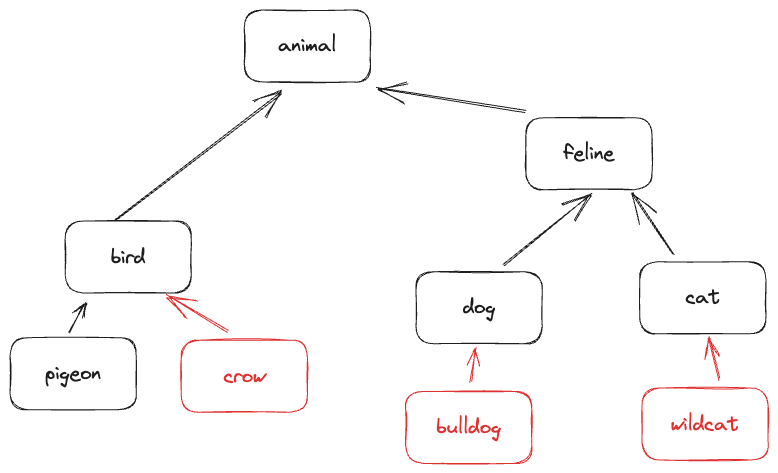
Before: examples/lection04_05/13_Final/13_diagram.excalidraw.png, a diagram exported from Excalidraw (DVDemon/mai_oop_examples_public). Source tidied: one line per element, renumbered; positions are measured from the earlier drawing's top-left corner, leaving out a move shared by most shapes.
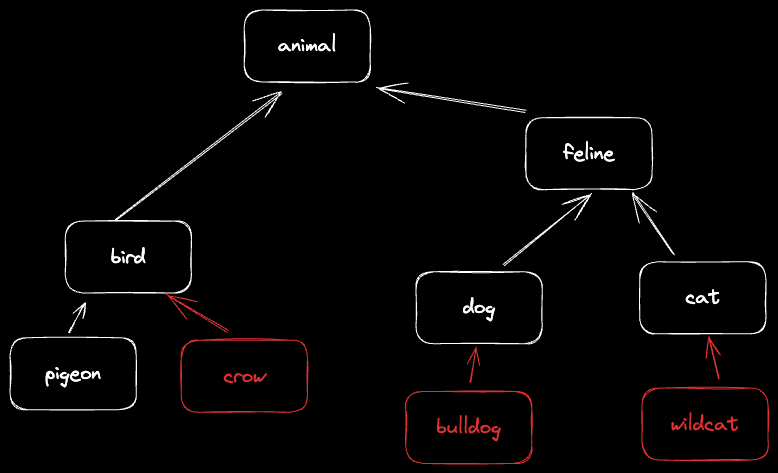
Above is the later version.

Diff of the diagram source:
```diff
@@ -1,26 +1,26 @@
-{"id": 0, "type": "rectangle", "strokeColor": "#1e1e1e", "strokeWidth": 1, "roughness": 1, "round": true, "x": 234, "y": 0, "width": 126, "height": 72}
+{"id": 0, "type": "rectangle", "strokeColor": "#ffffff", "strokeWidth": 1, "roughness": 1, "round": true, "x": 234, "y": 0, "width": 126, "height": 72}
-{"id": 1, "type": "text", "text": "animal", "strokeColor": "#1e1e1e", "strokeWidth": 1, "roughness": 1, "fontSize": 20, "fontFamily": 1, "textAlign": "center", "verticalAlign": "middle", "inside": 0, "x": 268, "y": 23, "width": 58, "height": 25}
+{"id": 1, "type": "text", "text": "animal", "strokeColor": "#ffffff", "strokeWidth": 1, "roughness": 1, "fontSize": 20, "fontFamily": 1, "textAlign": "center", "verticalAlign": "middle", "inside": 0, "x": 268, "y": 23, "width": 58, "height": 25}
-{"id": 2, "type": "rectangle", "strokeColor": "#1e1e1e", "strokeWidth": 1, "roughness": 1, "round": true, "x": 55, "y": 211, "width": 126, "height": 72}
+{"id": 2, "type": "rectangle", "strokeColor": "#ffffff", "strokeWidth": 1, "roughness": 1, "round": true, "x": 55, "y": 211, "width": 126, "height": 72}
-{"id": 3, "type": "text", "text": "bird", "strokeColor": "#1e1e1e", "strokeWidth": 1, "roughness": 1, "fontSize": 20, "fontFamily": 1, "textAlign": "center", "verticalAlign": "middle", "inside": 2, "x": 101, "y": 235, "width": 35, "height": 25}
+{"id": 3, "type": "text", "text": "bird", "strokeColor": "#ffffff", "strokeWidth": 1, "roughness": 1, "fontSize": 20, "fontFamily": 1, "textAlign": "center", "verticalAlign": "middle", "inside": 2, "x": 101, "y": 235, "width": 35, "height": 25}
 {"id": 4, "type": "rectangle", "strokeColor": "#e03131", "strokeWidth": 1, "roughness": 1, "round": true, "x": 396, "y": 381, "width": 126, "height": 72}
 {"id": 5, "type": "text", "text": "bulldog", "strokeColor": "#e03131", "strokeWidth": 1, "roughness": 1, "fontSize": 20, "fontFamily": 1, "textAlign": "center", "verticalAlign": "middle", "inside": 4, "x": 426, "y": 405, "width": 65, "height": 25}
-{"id": 6, "type": "rectangle", "strokeColor": "#1e1e1e", "strokeWidth": 1, "roughness": 1, "round": true, "x": 630, "y": 252, "width": 126, "height": 72}
+{"id": 6, "type": "rectangle", "strokeColor": "#ffffff", "strokeWidth": 1, "roughness": 1, "round": true, "x": 630, "y": 252, "width": 126, "height": 72}
-{"id": 7, "type": "text", "text": "cat", "strokeColor": "#1e1e1e", "strokeWidth": 1, "roughness": 1, "fontSize": 20, "fontFamily": 1, "textAlign": "center", "verticalAlign": "middle", "inside": 6, "x": 676, "y": 275, "width": 35, "height": 25}
+{"id": 7, "type": "text", "text": "cat", "strokeColor": "#ffffff", "strokeWidth": 1, "roughness": 1, "fontSize": 20, "fontFamily": 1, "textAlign": "center", "verticalAlign": "middle", "inside": 6, "x": 676, "y": 275, "width": 35, "height": 25}
 {"id": 8, "type": "rectangle", "strokeColor": "#e03131", "strokeWidth": 1, "roughness": 1, "round": true, "x": 171, "y": 330, "width": 126, "height": 72}
 {"id": 9, "type": "text", "text": "crow", "strokeColor": "#e03131", "strokeWidth": 1, "roughness": 1, "fontSize": 20, "fontFamily": 1, "textAlign": "center", "verticalAlign": "middle", "inside": 8, "x": 213, "y": 354, "width": 42, "height": 25}
-{"id": 10, "type": "rectangle", "strokeColor": "#1e1e1e", "strokeWidth": 1, "roughness": 1, "round": true, "x": 406, "y": 262, "width": 126, "height": 72}
+{"id": 10, "type": "rectangle", "strokeColor": "#ffffff", "strokeWidth": 1, "roughness": 1, "round": true, "x": 406, "y": 262, "width": 126, "height": 72}
-{"id": 11, "type": "text", "text": "dog", "strokeColor": "#1e1e1e", "strokeWidth": 1, "roughness": 1, "fontSize": 20, "fontFamily": 1, "textAlign": "center", "verticalAlign": "middle", "inside": 10, "x": 453, "y": 285, "width": 32, "height": 25}
+{"id": 11, "type": "text", "text": "dog", "strokeColor": "#ffffff", "strokeWidth": 1, "roughness": 1, "fontSize": 20, "fontFamily": 1, "textAlign": "center", "verticalAlign": "middle", "inside": 10, "x": 453, "y": 285, "width": 32, "height": 25}
-{"id": 12, "type": "rectangle", "strokeColor": "#1e1e1e", "strokeWidth": 1, "roughness": 1, "round": true, "x": 516, "y": 108, "width": 126, "height": 72}
+{"id": 12, "type": "rectangle", "strokeColor": "#ffffff", "strokeWidth": 1, "roughness": 1, "round": true, "x": 516, "y": 108, "width": 126, "height": 72}
-{"id": 13, "type": "text", "text": "feline", "strokeColor": "#1e1e1e", "strokeWidth": 1, "roughness": 1, "fontSize": 20, "fontFamily": 1, "textAlign": "center", "verticalAlign": "middle", "inside": 12, "x": 554, "y": 131, "width": 51, "height": 25}
+{"id": 13, "type": "text", "text": "feline", "strokeColor": "#ffffff", "strokeWidth": 1, "roughness": 1, "fontSize": 20, "fontFamily": 1, "textAlign": "center", "verticalAlign": "middle", "inside": 12, "x": 554, "y": 131, "width": 51, "height": 25}
-{"id": 14, "type": "rectangle", "strokeColor": "#1e1e1e", "strokeWidth": 1, "roughness": 1, "round": true, "x": 0, "y": 328, "width": 126, "height": 72}
+{"id": 14, "type": "rectangle", "strokeColor": "#ffffff", "strokeWidth": 1, "roughness": 1, "round": true, "x": 0, "y": 328, "width": 126, "height": 72}
-{"id": 15, "type": "text", "text": "pigeon", "strokeColor": "#1e1e1e", "strokeWidth": 1, "roughness": 1, "fontSize": 20, "fontFamily": 1, "textAlign": "center", "verticalAlign": "middle", "inside": 14, "x": 35, "y": 351, "width": 56, "height": 25}
+{"id": 15, "type": "text", "text": "pigeon", "strokeColor": "#ffffff", "strokeWidth": 1, "roughness": 1, "fontSize": 20, "fontFamily": 1, "textAlign": "center", "verticalAlign": "middle", "inside": 14, "x": 35, "y": 351, "width": 56, "height": 25}
 {"id": 16, "type": "rectangle", "strokeColor": "#e03131", "strokeWidth": 1, "roughness": 1, "round": true, "x": 632, "y": 378, "width": 126, "height": 72}
 {"id": 17, "type": "text", "text": "wildcat", "strokeColor": "#e03131", "strokeWidth": 1, "roughness": 1, "fontSize": 20, "fontFamily": 1, "textAlign": "center", "verticalAlign": "middle", "inside": 16, "x": 661, "y": 402, "width": 68, "height": 25}
-{"id": 18, "type": "arrow", "strokeColor": "#1e1e1e", "strokeWidth": 1, "roughness": 1, "endArrowhead": "arrow", "round": true, "from": 2, "to": 0, "x": 105, "y": 209, "width": 166, "height": 126, "points": [[0, 0], [166, -126]]}
+{"id": 18, "type": "arrow", "strokeColor": "#ffffff", "strokeWidth": 1, "roughness": 1, "endArrowhead": "arrow", "round": true, "from": 2, "to": 0, "x": 105, "y": 209, "width": 166, "height": 126, "points": [[0, 0], [166, -126]]}
 {"id": 19, "type": "arrow", "strokeColor": "#e03131", "strokeWidth": 1, "roughness": 1, "endArrowhead": "arrow", "round": true, "from": 4, "to": 10, "x": 460, "y": 373, "width": 6, "height": 35, "points": [[0, 0], [6, -35]]}
-{"id": 20, "type": "arrow", "strokeColor": "#1e1e1e", "strokeWidth": 1, "roughness": 1, "endArrowhead": "arrow", "round": true, "from": 6, "to": 12, "x": 664, "y": 245, "width": 42, "height": 62, "points": [[0, 0], [-42, -62]]}
+{"id": 20, "type": "arrow", "strokeColor": "#ffffff", "strokeWidth": 1, "roughness": 1, "endArrowhead": "arrow", "round": true, "from": 6, "to": 12, "x": 664, "y": 245, "width": 42, "height": 62, "points": [[0, 0], [-42, -62]]}
-{"id": 21, "type": "arrow", "strokeColor": "#1e1e1e", "strokeWidth": 1, "roughness": 1, "endArrowhead": "arrow", "round": true, "from": 10, "to": 12, "x": 494, "y": 256, "width": 88, "height": 73, "points": [[0, 0], [88, -73]]}
+{"id": 21, "type": "arrow", "strokeColor": "#ffffff", "strokeWidth": 1, "roughness": 1, "endArrowhead": "arrow", "round": true, "from": 10, "to": 12, "x": 494, "y": 256, "width": 88, "height": 73, "points": [[0, 0], [88, -73]]}
-{"id": 22, "type": "arrow", "strokeColor": "#1e1e1e", "strokeWidth": 1, "roughness": 1, "endArrowhead": "arrow", "round": true, "from": 12, "to": 0, "x": 515, "y": 101, "width": 148, "height": 23, "points": [[0, 0], [-148, -23]]}
+{"id": 22, "type": "arrow", "strokeColor": "#ffffff", "strokeWidth": 1, "roughness": 1, "endArrowhead": "arrow", "round": true, "from": 12, "to": 0, "x": 515, "y": 101, "width": 148, "height": 23, "points": [[0, 0], [-148, -23]]}
-{"id": 23, "type": "arrow", "strokeColor": "#1e1e1e", "strokeWidth": 1, "roughness": 1, "endArrowhead": "arrow", "round": true, "from": 14, "to": 2, "x": 59, "y": 322, "width": 16, "height": 28, "points": [[0, 0], [16, -28]]}
+{"id": 23, "type": "arrow", "strokeColor": "#ffffff", "strokeWidth": 1, "roughness": 1, "endArrowhead": "arrow", "round": true, "from": 14, "to": 2, "x": 59, "y": 322, "width": 16, "height": 28, "points": [[0, 0], [16, -28]]}
 {"id": 24, "type": "arrow", "strokeColor": "#e03131", "strokeWidth": 1, "roughness": 1, "endArrowhead": "arrow", "round": true, "from": 16, "to": 6, "x": 709, "y": 369, "width": 10, "height": 42, "points": [[0, 0], [-10, -42]]}
 {"id": 25, "type": "arrow", "strokeColor": "#e03131", "strokeWidth": 1, "roughness": 1, "endArrowhead": "arrow", "round": true, "from": 8, "to": 2, "x": 218, "y": 321, "width": 60, "height": 37, "points": [[0, 0], [-60, -37]]}
```
